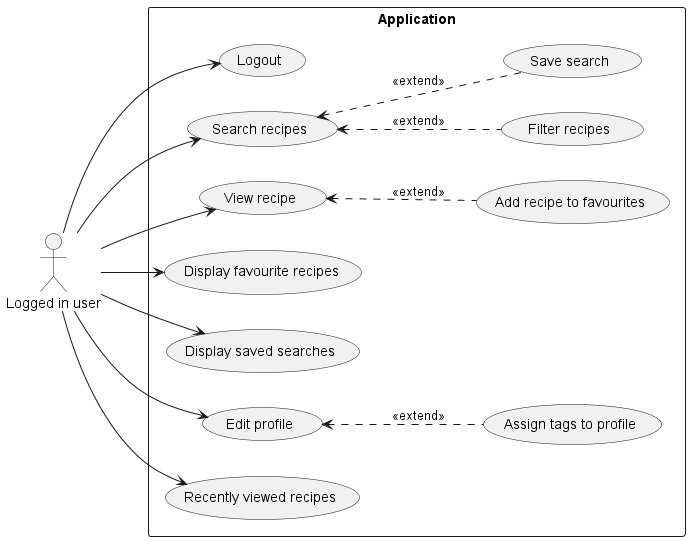
This is media/LoggedInUserUseCases.png from kambed/FoodzillaArchitecture, a PlantUML export, as it was before one commit.
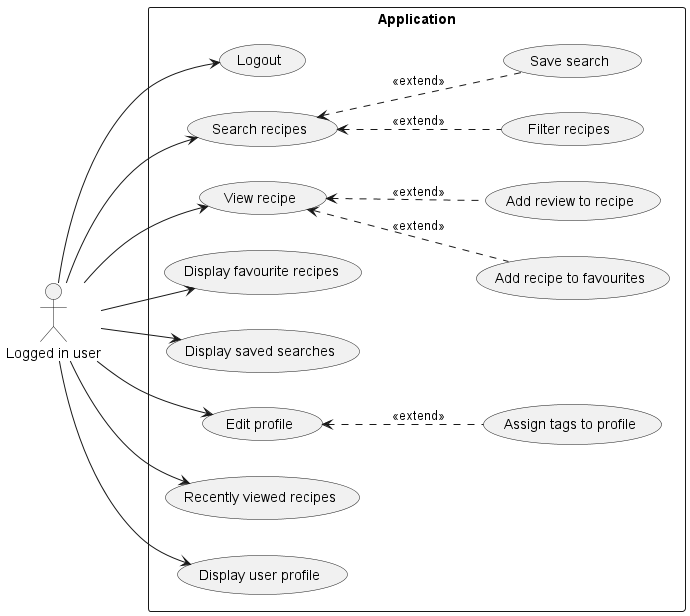
The same diagram one commit later.

Commit message:
#2 Add reviews functionality

Diff of the diagram source:
```diff
@@ -21,8 +21,12 @@
 
     usecase "Recently viewed recipes" as recentlyViewed
 
+    usecase "Display user profile" as userProfile
+    usecase "Add review to recipe" as addReview
+
     search <.. filter: <<extend>>
     view <.. addFavourite: <<extend>>
+    view <.. addReview: <<extend>>
     search <.. saveSearch: <<extend>>
 
     editProfile <.. assignTags: <<extend>>
@@ -34,4 +38,5 @@
 loggedUser --> savedSearches
 loggedUser --> editProfile
 loggedUser --> recentlyViewed
+loggedUser --> userProfile
 @enduml
```
